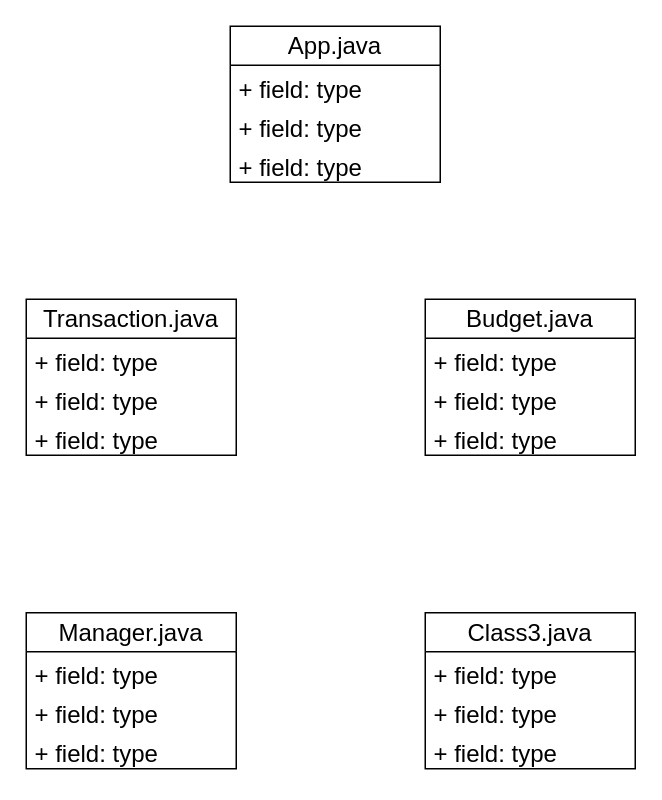
The draw.io diagram doc/plan.drawio in teemutontti/TDD-unit-testing-project, before the edit. Source tidied: cells renumbered, new cells numbered last; positions are measured from the earlier drawing's top-left corner, leaving out a move shared by most shapes. Both pictures are drawn from the tidied source at 150%, with x=0, y=0 at pixel (26, 26).
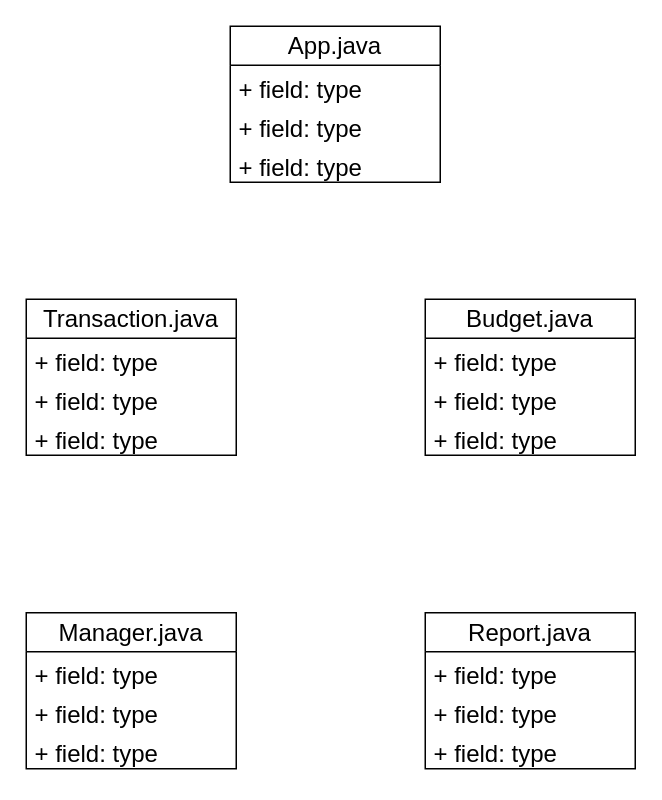
After the change.

Commit message:
doc/plan.drawio: Edit undefined class name to Report.java.

Change to the diagram source:
```diff
@@
-    <mxCell id="14" value="Class3.java" style="swimlane;fontStyle=0;horizontal=1;startSize=26;fillColor=none;whiteSpace=wrap;html=1;fontSize=16;" parent="1" vertex="1">
+    <mxCell id="14" value="Report.java" style="swimlane;fontStyle=0;horizontal=1;startSize=26;fillColor=none;whiteSpace=wrap;html=1;fontSize=16;" parent="1" vertex="1">
       <mxGeometry x="266" y="391" width="140" height="104" as="geometry" />
     </mxCell>
```
